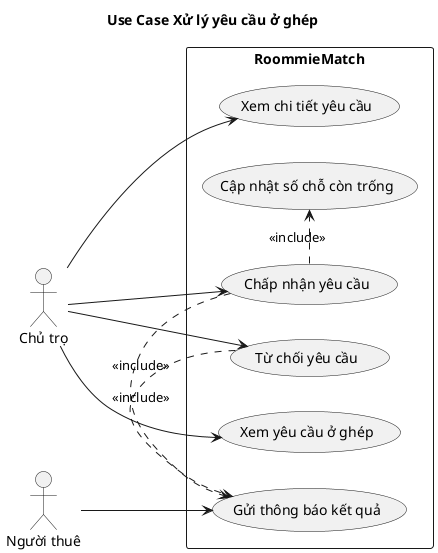
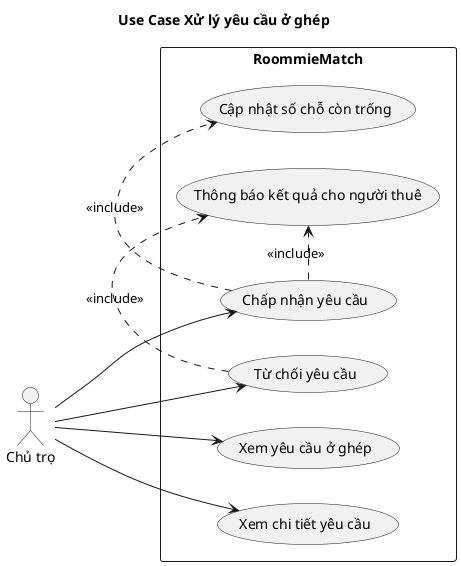
@startuml
title Use Case Xử lý yêu cầu ở ghép

left to right direction
skinparam shadowing false
actor "Chủ trọ" as Landlord
- actor "Người thuê" as Tenant

rectangle "RoommieMatch" {
  usecase "Xem yêu cầu ở ghép" as ViewRequests
  usecase "Xem chi tiết yêu cầu" as ViewRequestDetail
  usecase "Chấp nhận yêu cầu" as AcceptRequest
  usecase "Từ chối yêu cầu" as RejectRequest
  usecase "Cập nhật số chỗ còn trống" as UpdateSlots
-   usecase "Gửi thông báo kết quả" as NotifyTenant
+   usecase "Thông báo kết quả cho người thuê" as NotifyTenant
}

Landlord --> ViewRequests
Landlord --> ViewRequestDetail
Landlord --> AcceptRequest
Landlord --> RejectRequest
- Tenant --> NotifyTenant

AcceptRequest .> UpdateSlots : <<include>>
AcceptRequest .> NotifyTenant : <<include>>
RejectRequest .> NotifyTenant : <<include>>

@enduml
